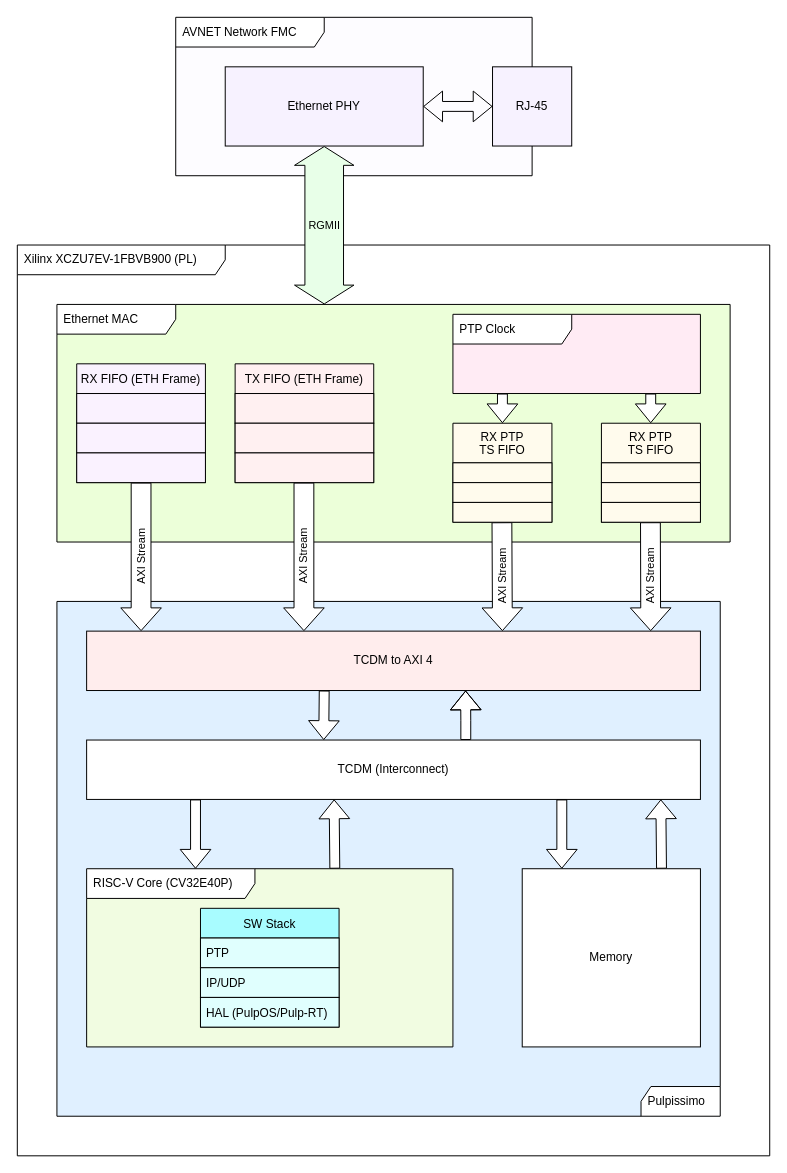
Above: etherpulp-udma-bd.drawio in p3da/esp_bd (draw.io), before the change. Source tidied: cells renumbered, new cells numbered last; positions are measured from the earlier drawing's top-left corner, leaving out a move shared by most shapes. Both pictures are drawn from the tidied source at 99%, with x=0, y=0 at pixel (17, 17).
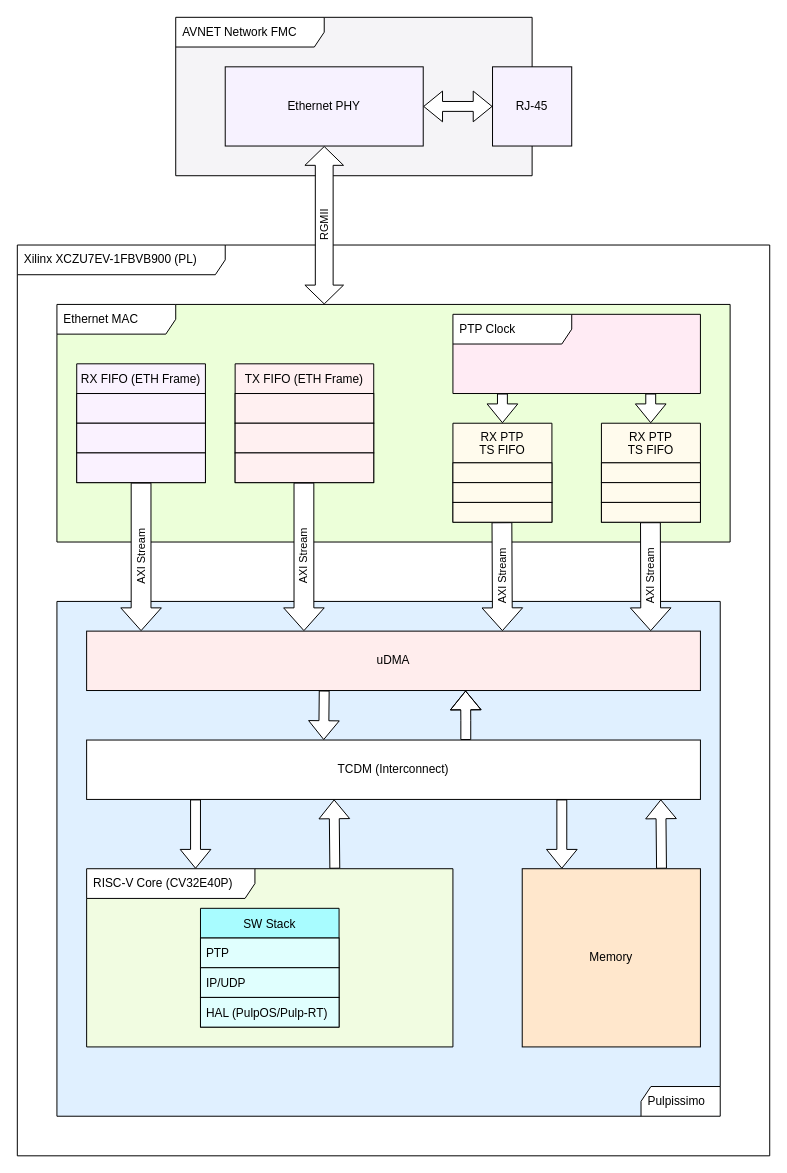
Above is the later version.

Unchanged cells that the change refers to:
```xml
<mxCell id="6" value="&lt;span style=&quot;&quot;&gt;RJ-45&lt;/span&gt;" style="rounded=0;whiteSpace=wrap;html=1;labelBackgroundColor=none;fillColor=#F7F2FF;" parent="4" vertex="1">
  <mxGeometry x="320" y="50" width="80" height="80" as="geometry" />
</mxCell>
<mxCell id="7" value="Ethernet PHY" style="rounded=0;whiteSpace=wrap;html=1;labelBackgroundColor=none;fillColor=#F7F2FF;" parent="4" vertex="1">
  <mxGeometry x="50" y="50" width="200" height="80" as="geometry" />
</mxCell>
```

Diff of the diagram source:
```diff
@@
-    <mxCell id="4" style="group;" parent="1" vertex="1">
+    <mxCell id="4" style="group;fillColor=none;" parent="1" vertex="1">
       <mxGeometry x="160" width="400" height="160" as="geometry" />
     </mxCell>
-    <mxCell id="5" value="AVNET Network FMC" style="shape=umlFrame;whiteSpace=wrap;html=1;width=150;height=30;boundedLbl=1;verticalAlign=middle;align=left;spacingLeft=5;fillColor=#FFFFFF;swimlaneFillColor=#FDFCFF;" parent="4" vertex="1">
+    <mxCell id="5" value="AVNET Network FMC" style="shape=umlFrame;whiteSpace=wrap;html=1;width=150;height=30;boundedLbl=1;verticalAlign=middle;align=left;spacingLeft=5;fillColor=#FFFFFF;swimlaneFillColor=#F5F4F7;" parent="4" vertex="1">
       <mxGeometry width="360" height="160" as="geometry" />
     </mxCell>
@@
-    <mxCell id="8" style="shape=flexArrow;endArrow=classic;startArrow=classic;html=1;rounded=0;fontColor=none;entryX=0;entryY=0.5;entryDx=0;entryDy=0;exitX=1;exitY=0.5;exitDx=0;exitDy=0;" parent="4" edge="1" source="7" target="6">
+    <mxCell id="8" style="shape=flexArrow;endArrow=classic;startArrow=classic;html=1;rounded=0;fontColor=none;entryX=0;entryY=0.5;entryDx=0;entryDy=0;exitX=1;exitY=0.5;exitDx=0;exitDy=0;fillColor=default;" parent="4" edge="1" source="7" target="6">
       <mxGeometry relative="1" as="geometry" />
     </mxCell>
-    <mxCell id="9" value="RGMII" style="shape=flexArrow;endArrow=classic;startArrow=classic;html=1;rounded=0;fontColor=none;entryX=0.5;entryY=1;entryDx=0;entryDy=0;width=39;fillColor=#E8FFE8;labelBackgroundColor=none;" parent="1" edge="1" target="7">
+    <mxCell id="9" value="RGMII" style="shape=flexArrow;endArrow=classic;startArrow=classic;html=1;rounded=0;fontColor=none;entryX=0.5;entryY=1;entryDx=0;entryDy=0;width=18;fillColor=#FFFFFF;labelBackgroundColor=none;horizontal=0;startSize=6;" parent="1" edge="1" target="7">
       <mxGeometry relative="1" as="geometry">
         <mxPoint x="310" y="290" as="sourcePoint" />
       </mxGeometry>
     </mxCell>
@@
-    <mxCell id="24" value="TCDM to AXI 4" style="rounded=0;whiteSpace=wrap;html=1;glass=0;labelBackgroundColor=none;labelBorderColor=none;fontColor=none;strokeColor=default;fillColor=#FFEDED;" parent="1" vertex="1">
+    <mxCell id="24" value="uDMA" style="rounded=0;whiteSpace=wrap;html=1;glass=0;labelBackgroundColor=none;labelBorderColor=none;fontColor=none;strokeColor=default;fillColor=#FFEDED;" parent="1" vertex="1">
       <mxGeometry x="70" y="620" width="620" height="60" as="geometry" />
     </mxCell>
@@
-    <mxCell id="27" value="Memory" style="whiteSpace=wrap;html=1;glass=0;labelBackgroundColor=none;labelBorderColor=none;fontColor=none;strokeColor=default;fillColor=default;gradientColor=none;" parent="1" vertex="1">
+    <mxCell id="27" value="Memory" style="whiteSpace=wrap;html=1;glass=0;labelBackgroundColor=none;labelBorderColor=none;fontColor=none;strokeColor=default;fillColor=#FFE7CC;gradientColor=none;" parent="1" vertex="1">
       <mxGeometry x="510" y="860" width="180" height="180" as="geometry" />
     </mxCell>
```
